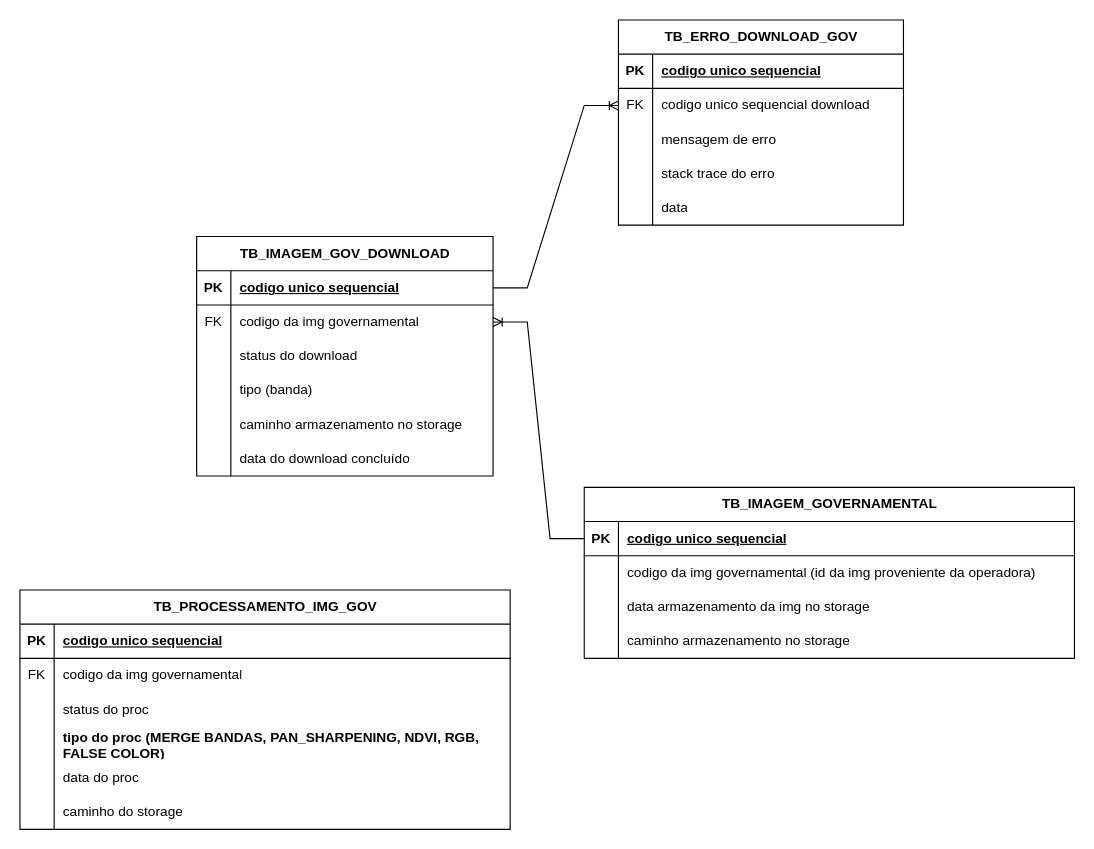
Before: API_INDICES_HD.drawio in gabrielk-visiona/data-teste, a draw.io diagram. Source tidied: cells renumbered, new cells numbered last; positions are measured from the earlier drawing's top-left corner, leaving out a move shared by most shapes. Both pictures are drawn from the tidied source at 114%, with x=0, y=0 at pixel (19, 19).
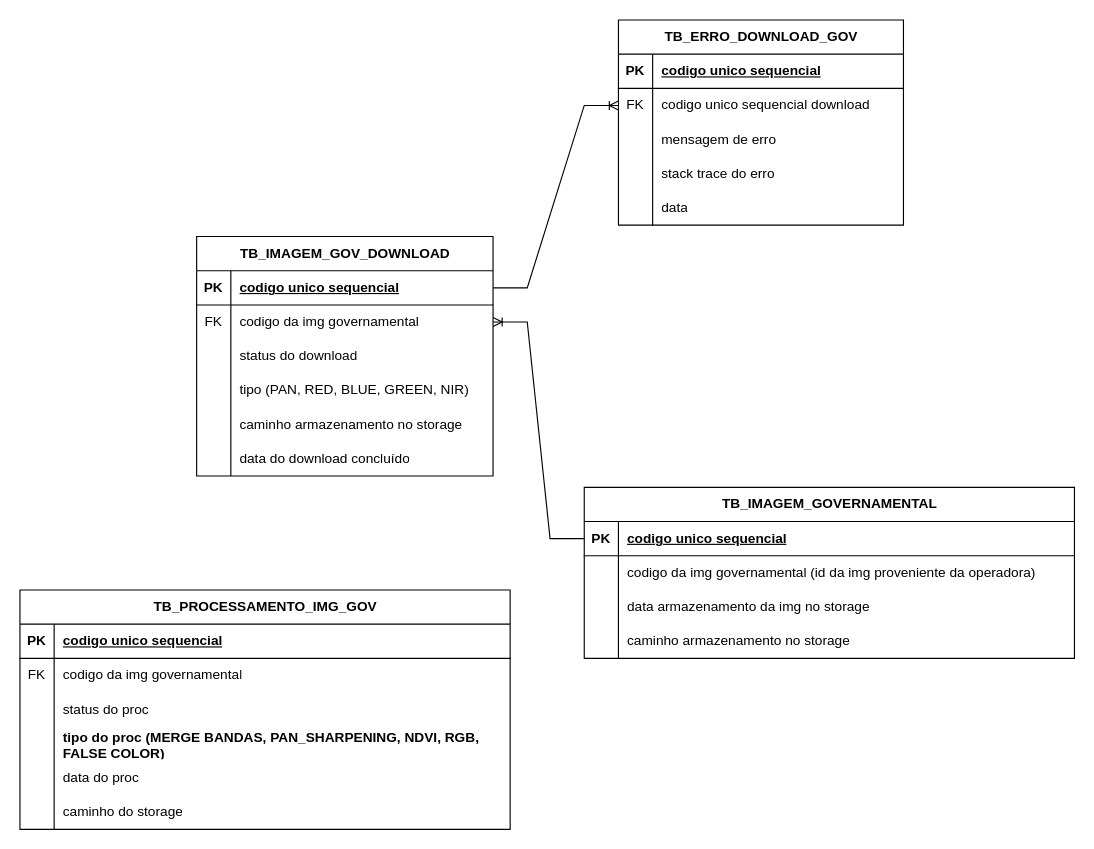
Above is the later version.

Unchanged cells that the change refers to:
```xml
<mxCell id="12" style="shape=tableRow;horizontal=0;startSize=0;swimlaneHead=0;swimlaneBody=0;fillColor=none;top=0;left=0;right=0;bottom=0;" parent="2" vertex="1">
  <mxGeometry y="120" width="260" height="30" as="geometry" />
</mxCell>
```

Diff of the diagram source:
```diff
@@
-    <mxCell id="14" value="tipo (banda)" style="shape=partialRectangle;fillColor=none;top=0;left=0;bottom=0;right=0;align=left;spacingLeft=6;overflow=hidden;whiteSpace=wrap;html=1;" parent="12" vertex="1">
+    <mxCell id="14" value="tipo (PAN, RED, BLUE, GREEN, NIR)" style="shape=partialRectangle;fillColor=none;top=0;left=0;bottom=0;right=0;align=left;spacingLeft=6;overflow=hidden;whiteSpace=wrap;html=1;" parent="12" vertex="1">
       <mxGeometry x="30" width="230" height="30" as="geometry" />
     </mxCell>
```
